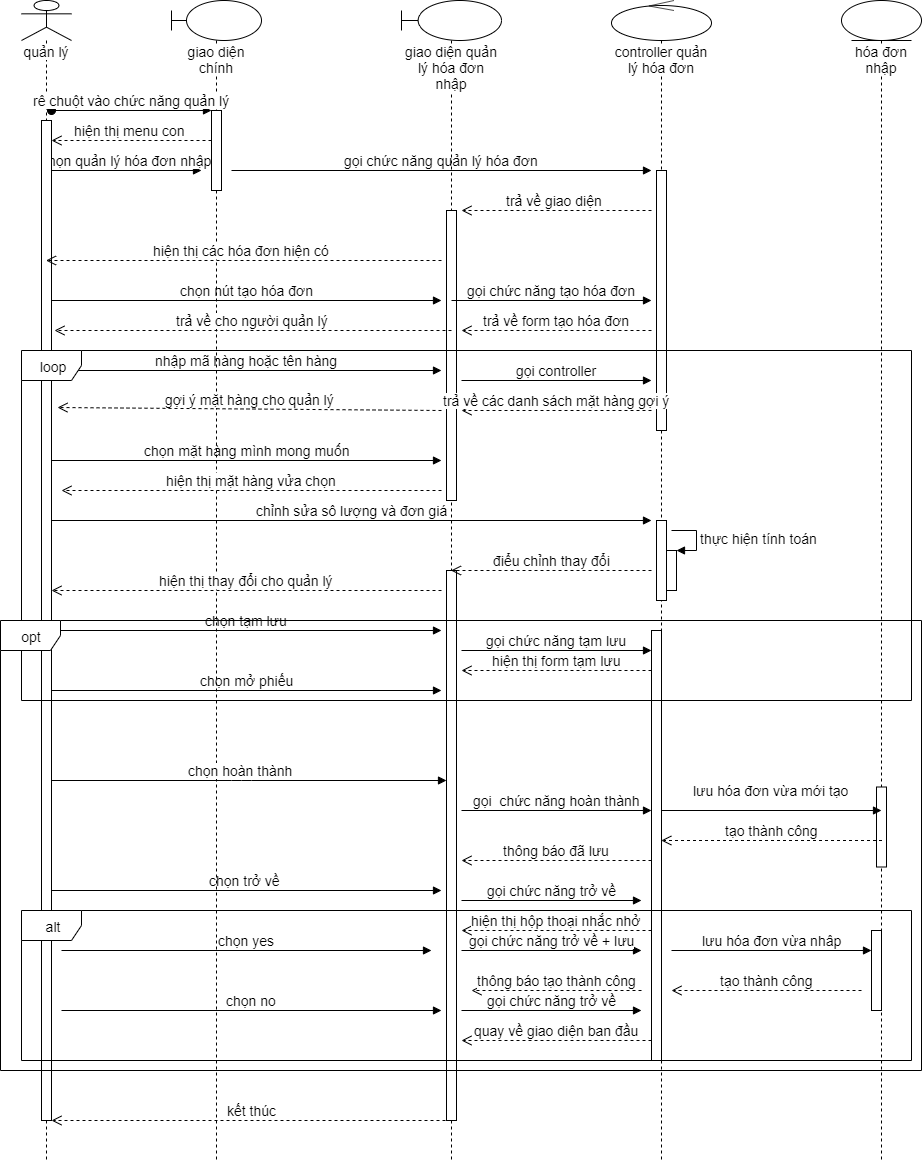
Above: bieudo/sequence-taohoadon.png in vanlinhnguyeued/PTTKHTHDT (draw.io), before the change. Source tidied: cells renumbered, new cells last; positions are measured from the earlier drawing's top-left corner, leaving out a move shared by most shapes.
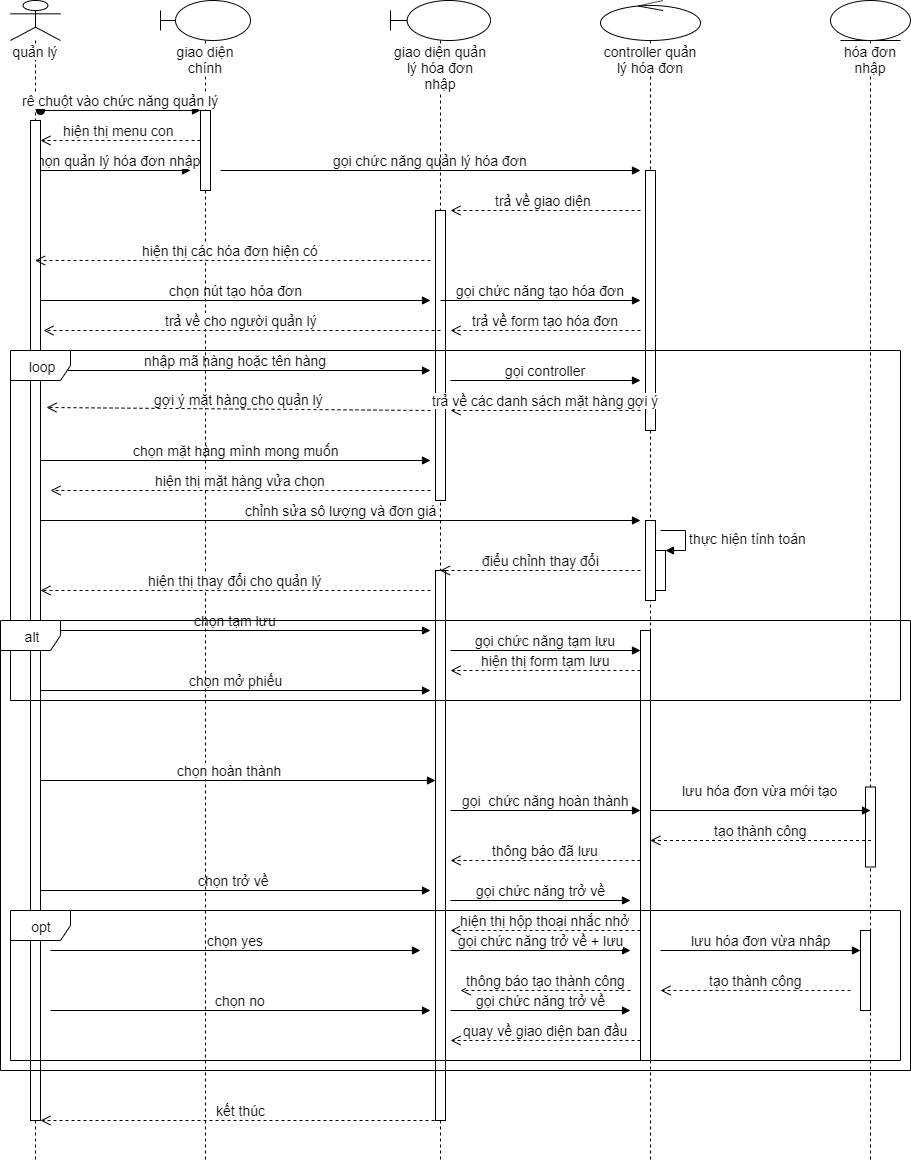
After the change.

Diff of the diagram source:
```diff
@@ -294,11 +294,11 @@
         <mxPoint x="51" y="1120" as="targetPoint" />
       </mxGeometry>
     </mxCell>
-    <mxCell id="59" value="alt" style="shape=umlFrame;whiteSpace=wrap;html=1;fontSize=14;" parent="1" vertex="1">
+    <mxCell id="59" value="opt" style="shape=umlFrame;whiteSpace=wrap;html=1;fontSize=14;" parent="1" vertex="1">
       <mxGeometry x="21" y="910" width="890" height="150" as="geometry" />
     </mxCell>
-    <mxCell id="60" value="opt" style="shape=umlFrame;whiteSpace=wrap;html=1;fontSize=14;" parent="1" vertex="1">
-      <mxGeometry y="620" width="921" height="450" as="geometry" />
+    <mxCell id="60" value="alt" style="shape=umlFrame;whiteSpace=wrap;html=1;fontSize=14;" parent="1" vertex="1">
+      <mxGeometry x="11" y="620" width="910" height="450" as="geometry" />
     </mxCell>
   </root>
 </mxGraphModel>
```
